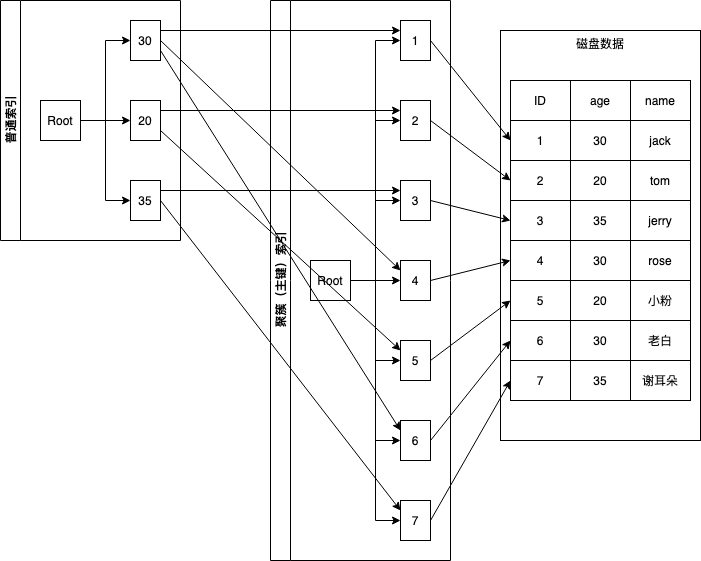
Above: mysql-mrr.png in GallantKong/diagram (draw.io), before the change. Source tidied: cells renumbered, new cells last; positions are measured from the earlier drawing's top-left corner, leaving out a move shared by most shapes.
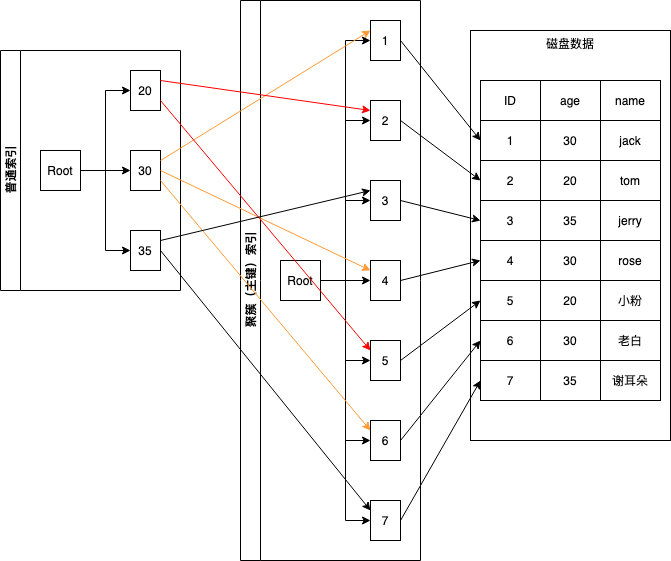
The same diagram one commit later.

What changed in the source:
```diff
@@ -6,19 +6,19 @@
       <mxGeometry x="500" y="30" width="200" height="410" as="geometry" />
     </mxCell>
     <mxCell id="3" value="普通索引" style="swimlane;html=1;startSize=20;horizontal=0;horizontalTree=1;containerType=tree;" parent="1" vertex="1">
-      <mxGeometry width="180" height="240" as="geometry" />
+      <mxGeometry x="30" y="50" width="180" height="240" as="geometry" />
     </mxCell>
     <mxCell id="4" value="Root" style="whiteSpace=wrap;html=1;" parent="3" vertex="1">
       <mxGeometry x="40" y="100" width="40" height="40" as="geometry" />
     </mxCell>
     <mxCell id="5" value="30" style="whiteSpace=wrap;html=1;" parent="3" vertex="1">
-      <mxGeometry x="130" y="20" width="30" height="40" as="geometry" />
+      <mxGeometry x="130" y="100" width="30" height="40" as="geometry" />
     </mxCell>
     <mxCell id="6" style="edgeStyle=elbowEdgeStyle;elbow=horizontal;html=1;rounded=0;" parent="3" edge="1" source="4" target="5">
       <mxGeometry relative="1" as="geometry" />
     </mxCell>
     <mxCell id="7" value="20" style="whiteSpace=wrap;html=1;" parent="3" vertex="1">
-      <mxGeometry x="130" y="100" width="30" height="40" as="geometry" />
+      <mxGeometry x="130" y="20" width="30" height="40" as="geometry" />
     </mxCell>
     <mxCell id="8" style="edgeStyle=elbowEdgeStyle;elbow=horizontal;html=1;rounded=0;" parent="3" edge="1" source="4" target="7">
       <mxGeometry relative="1" as="geometry" />
@@ -176,13 +176,13 @@
     <mxCell id="59" value="7" style="whiteSpace=wrap;html=1;" parent="44" vertex="1">
       <mxGeometry x="130" y="500" width="30" height="40" as="geometry" />
     </mxCell>
-    <mxCell id="60" style="edgeStyle=none;rounded=0;jettySize=auto;html=1;exitX=1;exitY=0.25;exitDx=0;exitDy=0;entryX=0;entryY=0.25;entryDx=0;entryDy=0;" parent="1" edge="1" source="5" target="46">
+    <mxCell id="60" style="edgeStyle=none;rounded=0;jettySize=auto;html=1;exitX=1;exitY=0.25;exitDx=0;exitDy=0;entryX=0;entryY=0.25;entryDx=0;entryDy=0;strokeColor=#FF9933;" parent="1" edge="1" source="5" target="46">
       <mxGeometry relative="1" as="geometry" />
     </mxCell>
-    <mxCell id="61" style="edgeStyle=none;rounded=0;jettySize=auto;html=1;exitX=1;exitY=0.5;exitDx=0;exitDy=0;entryX=0;entryY=0.25;entryDx=0;entryDy=0;" parent="1" edge="1" source="5" target="53">
+    <mxCell id="61" style="edgeStyle=none;rounded=0;jettySize=auto;html=1;exitX=1;exitY=0.5;exitDx=0;exitDy=0;entryX=0;entryY=0.25;entryDx=0;entryDy=0;strokeColor=#FF9933;" parent="1" edge="1" source="5" target="53">
       <mxGeometry relative="1" as="geometry" />
     </mxCell>
-    <mxCell id="62" style="edgeStyle=none;rounded=0;jettySize=auto;html=1;exitX=1;exitY=0.75;exitDx=0;exitDy=0;entryX=0;entryY=0.25;entryDx=0;entryDy=0;" parent="1" edge="1" source="5" target="57">
+    <mxCell id="62" style="edgeStyle=none;rounded=0;jettySize=auto;html=1;exitX=1;exitY=0.75;exitDx=0;exitDy=0;entryX=0;entryY=0.25;entryDx=0;entryDy=0;strokeColor=#FF9933;" parent="1" edge="1" source="5" target="57">
       <mxGeometry relative="1" as="geometry" />
     </mxCell>
     <mxCell id="63" style="edgeStyle=none;rounded=0;jettySize=auto;html=1;exitX=1;exitY=0.5;exitDx=0;exitDy=0;entryX=0;entryY=0.5;entryDx=0;entryDy=0;" parent="1" edge="1" source="46" target="16">
@@ -206,10 +206,10 @@
     <mxCell id="69" style="edgeStyle=none;rounded=0;jettySize=auto;html=1;exitX=1;exitY=0.5;exitDx=0;exitDy=0;entryX=0;entryY=0.5;entryDx=0;entryDy=0;" parent="1" edge="1" source="59" target="40">
       <mxGeometry relative="1" as="geometry" />
     </mxCell>
-    <mxCell id="70" style="edgeStyle=none;rounded=0;jettySize=auto;html=1;exitX=1;exitY=0.25;exitDx=0;exitDy=0;entryX=0;entryY=0.25;entryDx=0;entryDy=0;" parent="1" edge="1" source="7" target="48">
+    <mxCell id="70" style="edgeStyle=none;rounded=0;jettySize=auto;html=1;exitX=1;exitY=0.25;exitDx=0;exitDy=0;entryX=0;entryY=0.25;entryDx=0;entryDy=0;strokeColor=#FF0000;" parent="1" edge="1" source="7" target="48">
       <mxGeometry relative="1" as="geometry" />
     </mxCell>
-    <mxCell id="71" style="edgeStyle=none;rounded=0;jettySize=auto;html=1;exitX=1;exitY=0.75;exitDx=0;exitDy=0;entryX=0;entryY=0.25;entryDx=0;entryDy=0;" parent="1" edge="1" source="7" target="55">
+    <mxCell id="71" style="edgeStyle=none;rounded=0;jettySize=auto;html=1;exitX=1;exitY=0.75;exitDx=0;exitDy=0;entryX=0;entryY=0.25;entryDx=0;entryDy=0;strokeColor=#FF0000;" parent="1" edge="1" source="7" target="55">
       <mxGeometry relative="1" as="geometry" />
     </mxCell>
     <mxCell id="72" style="edgeStyle=none;rounded=0;jettySize=auto;html=1;exitX=1;exitY=0.25;exitDx=0;exitDy=0;entryX=0;entryY=0.25;entryDx=0;entryDy=0;" parent="1" edge="1" source="9" target="50">
```
